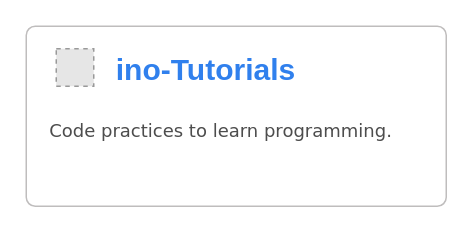
This is ref/gitlab_ino-tutorials.drawio from inox-ee/inox-ee, a draw.io file, before an edit. Source tidied: cells renumbered, new cells numbered last; positions are measured from the earlier drawing's top-left corner, leaving out a move shared by most shapes. Both pictures are drawn from the tidied source at 150%, with x=0, y=0 at pixel (26, 26). Pictures stored in the file or linked from it are replaced by grey dashed boxes.
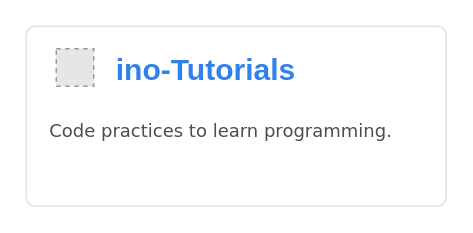
The same diagram, later.

What changed in the source:
```diff
@@
 <mxGraphModel>
   <root>
     <mxCell id="0" />
     <mxCell id="1" parent="0" />
-    <mxCell id="2" style="rounded=1;whiteSpace=wrap;html=1;arcSize=5;strokeColor=#BFBDBD;" parent="1" vertex="1">
+    <mxCell id="2" style="rounded=1;whiteSpace=wrap;html=1;arcSize=5;strokeColor=#E4E2E2;" parent="1" vertex="1">
       <mxGeometry width="280" height="120" as="geometry" />
     </mxCell>
     <mxCell id="3" style="fillColor=#E6E6E6;strokeColor=#999999;dashed=1;verticalLabelPosition=bottom;verticalAlign=top;" parent="1" vertex="1">
       <mxGeometry x="20" y="15" width="25" height="25" as="geometry" />
     </mxCell>
     <mxCell id="4" value="&lt;p&gt;&lt;font size=&quot;1&quot;&gt;&lt;span style=&quot;font-size: 20px&quot;&gt;&lt;b&gt;ino-Tutorials&lt;/b&gt;&lt;/span&gt;&lt;/font&gt;&lt;/p&gt;" style="text;html=1;strokeColor=none;fillColor=none;align=center;verticalAlign=middle;whiteSpace=wrap;rounded=0;fontColor=#3080ED;" parent="1" vertex="1">
       <mxGeometry x="45" y="7.5" width="150" height="40" as="geometry" />
     </mxCell>
     <mxCell id="5" value="&lt;pre style=&quot;overflow-wrap: break-word&quot;&gt;&lt;font color=&quot;#4d4d4d&quot; face=&quot;Verdana&quot;&gt;Code practices to learn programming.&lt;/font&gt;&lt;/pre&gt;" style="text;html=1;strokeColor=none;fillColor=none;align=center;verticalAlign=middle;whiteSpace=wrap;rounded=0;" parent="1" vertex="1">
       <mxGeometry x="20" y="60" width="220" height="20" as="geometry" />
     </mxCell>
   </root>
 </mxGraphModel>
```
